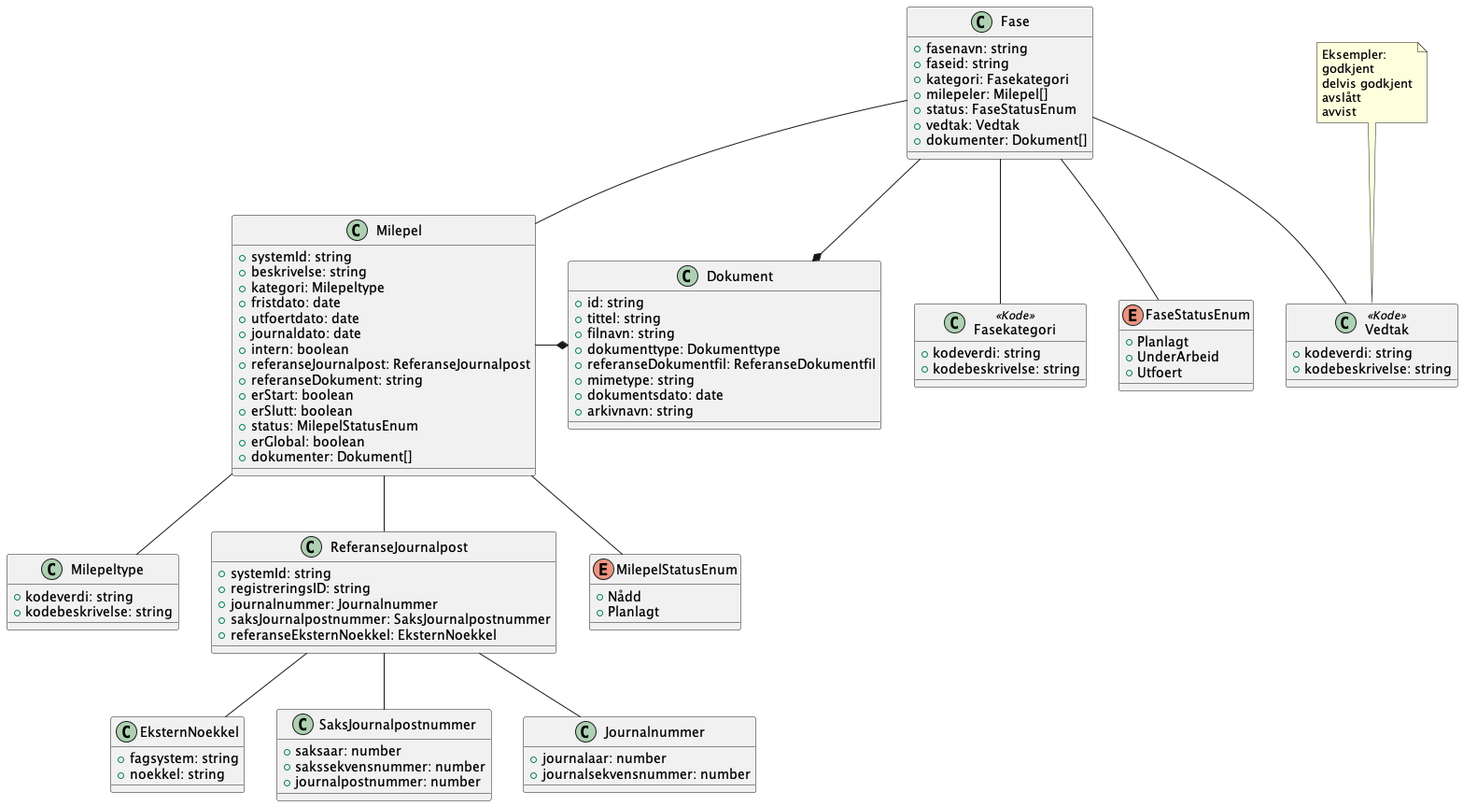
The PlantUML diagram Dokumentasjon/V1/ClassDiagrams/no.ks.fiks.saksfaser.v1.felles.fase/classdiagram.png in ks-no/fiks-saksfaser-specification, before a commit.
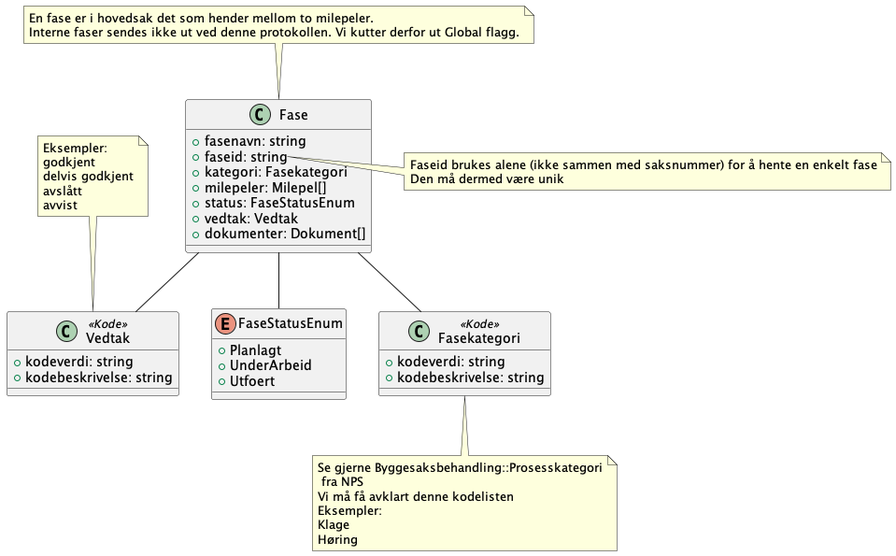
After the commit.

Diff of the diagram source:
```diff
@@ -10,11 +10,16 @@
     +dokumenter: Dokument[]
 }
 
-Fase -* Dokument
-Fase -- Milepel
-Fase -- Fasekategori
+note top of Fase : En fase er i hovedsak det som hender mellom to milepeler.\nInterne faser sendes ikke ut ved denne protokollen. Vi kutter derfor ut Global flagg.
+
+note right of Fase::faseid
+    Faseid brukes alene (ikke sammen med saksnummer) for å hente en enkelt fase
+    Den må dermed være unik
+end note
+
 Fase -- Vedtak
 Fase -- FaseStatusEnum
+Fase -- Fasekategori
 
 enum FaseStatusEnum {
     +Planlagt
@@ -34,75 +39,7 @@
     +kodebeskrivelse: string
 }
 
-class Milepel {
-    +systemId: string
-    +beskrivelse: string
-    +kategori: Milepeltype
-    +fristdato: date
-    +utfoertdato: date
-    +journaldato: date
-    +intern: boolean
-    +referanseJournalpost: ReferanseJournalpost
-    +referanseDokument: string
-    +erStart: boolean
-    +erSlutt: boolean
-    +status: MilepelStatusEnum
-    +erGlobal: boolean
-    +dokumenter: Dokument[]
-}
+note bottom of Fasekategori : Se gjerne Byggesaksbehandling::Prosesskategori\n fra NPS\nVi må få avklart denne kodelisten\nEksempler:\nKlage\nHøring
 
-Milepel -- Milepeltype
-Milepel -- ReferanseJournalpost
-
-class Milepeltype {
-    +kodeverdi: string
-    +kodebeskrivelse: string
-}
-
-class ReferanseJournalpost {
-    +systemId: string
-    +registreringsID: string
-    +journalnummer: Journalnummer
-    +saksJournalpostnummer: SaksJournalpostnummer
-    +referanseEksternNoekkel: EksternNoekkel
-}
-
-Milepel -- MilepelStatusEnum
-Milepel -* Dokument
-ReferanseJournalpost -- EksternNoekkel
-ReferanseJournalpost -- SaksJournalpostnummer
-ReferanseJournalpost -- Journalnummer
-
-class SaksJournalpostnummer {
-    +saksaar: number
-    +sakssekvensnummer: number
-    +journalpostnummer: number
-}
-
-class Journalnummer {
-    +journalaar: number
-    +journalsekvensnummer: number
-}
-
-class EksternNoekkel {
-    +fagsystem: string
-    +noekkel: string
-}
-
-class Dokument {
-    +id: string
-    +tittel: string
-    +filnavn: string
-    +dokumenttype: Dokumenttype
-    +referanseDokumentfil: ReferanseDokumentfil
-    +mimetype: string
-    +dokumentsdato: date
-    +arkivnavn: string
-}
-
-enum MilepelStatusEnum {
-    +Nådd
-    +Planlagt
-}
 
 @enduml
```
